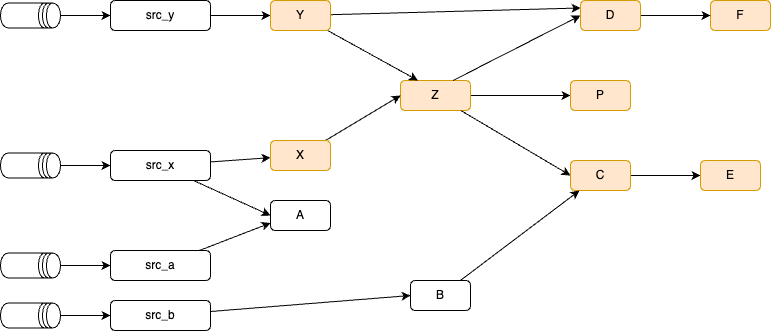
The draw.io diagram docs/images/flink_pipeline_for_test.drawio.png in jbcodeforce/shift_left_utils, before a commit. Source tidied: cells renumbered, new cells last; positions are measured from the earlier drawing's top-left corner, leaving out a move shared by most shapes.
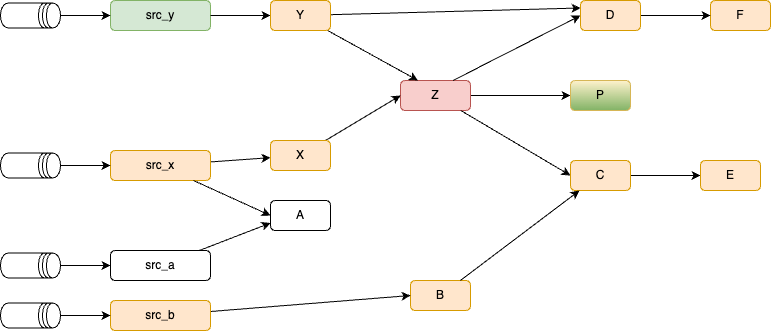
Above is the later version.

The edit, as a diff of the source:
```diff
@@ -8,16 +8,16 @@
     <mxCell id="3" style="edgeStyle=none;html=1;" parent="1" edge="1" source="4" target="25">
       <mxGeometry relative="1" as="geometry" />
     </mxCell>
-    <mxCell id="4" value="src_x" style="rounded=1;whiteSpace=wrap;html=1;" parent="1" vertex="1">
+    <mxCell id="4" value="src_x" style="rounded=1;whiteSpace=wrap;html=1;fillColor=#ffe6cc;strokeColor=#d79b00;" parent="1" vertex="1">
       <mxGeometry x="110" y="150" width="100" height="30" as="geometry" />
     </mxCell>
-    <mxCell id="5" value="src_y" style="rounded=1;whiteSpace=wrap;html=1;" parent="1" vertex="1">
+    <mxCell id="5" value="src_y" style="rounded=1;whiteSpace=wrap;html=1;fillColor=#d5e8d4;strokeColor=#82b366;" parent="1" vertex="1">
       <mxGeometry x="110" width="100" height="30" as="geometry" />
     </mxCell>
     <mxCell id="6" style="edgeStyle=none;html=1;" parent="1" edge="1" source="7" target="22">
       <mxGeometry relative="1" as="geometry" />
     </mxCell>
-    <mxCell id="7" value="Z" style="rounded=1;whiteSpace=wrap;html=1;fillColor=#ffe6cc;strokeColor=#d79b00;" parent="1" vertex="1">
+    <mxCell id="7" value="Z" style="rounded=1;whiteSpace=wrap;html=1;fillColor=#f8cecc;strokeColor=#b85450;" parent="1" vertex="1">
       <mxGeometry x="400" y="80" width="70" height="30" as="geometry" />
     </mxCell>
     <mxCell id="8" style="edgeStyle=none;html=1;entryX=0;entryY=0.5;entryDx=0;entryDy=0;exitX=1;exitY=0.5;exitDx=0;exitDy=0;" parent="1" edge="1" source="19" target="9">
@@ -62,7 +62,7 @@
     <mxCell id="21" value="D" style="rounded=1;whiteSpace=wrap;html=1;fillColor=#ffe6cc;strokeColor=#d79b00;" parent="1" vertex="1">
       <mxGeometry x="580" width="60" height="30" as="geometry" />
     </mxCell>
-    <mxCell id="22" value="P" style="rounded=1;whiteSpace=wrap;html=1;fillColor=#ffe6cc;strokeColor=#d79b00;" parent="1" vertex="1">
+    <mxCell id="22" value="P" style="rounded=1;whiteSpace=wrap;html=1;fillColor=#fff2cc;strokeColor=#d6b656;gradientColor=#82B366;" parent="1" vertex="1">
       <mxGeometry x="570" y="80" width="60" height="30" as="geometry" />
     </mxCell>
     <mxCell id="23" value="A" style="rounded=1;whiteSpace=wrap;html=1;" parent="1" vertex="1">
@@ -92,7 +92,7 @@
     <mxCell id="31" style="shape=datastore;whiteSpace=wrap;html=1;direction=south;" parent="1" vertex="1">
       <mxGeometry y="252.5" width="60" height="25" as="geometry" />
     </mxCell>
-    <mxCell id="32" value="B" style="rounded=1;whiteSpace=wrap;html=1;" parent="1" vertex="1">
+    <mxCell id="32" value="B" style="rounded=1;whiteSpace=wrap;html=1;fillColor=#ffe6cc;strokeColor=#d79b00;" parent="1" vertex="1">
       <mxGeometry x="410" y="280" width="60" height="30" as="geometry" />
     </mxCell>
     <mxCell id="33" style="edgeStyle=none;html=1;entryX=0.15;entryY=1;entryDx=0;entryDy=0;entryPerimeter=0;" parent="1" edge="1" source="32" target="19">
@@ -101,7 +101,7 @@
     <mxCell id="34" style="edgeStyle=none;html=1;entryX=0;entryY=0.5;entryDx=0;entryDy=0;" parent="1" edge="1" source="35" target="32">
       <mxGeometry relative="1" as="geometry" />
     </mxCell>
-    <mxCell id="35" value="src_b" style="rounded=1;whiteSpace=wrap;html=1;" parent="1" vertex="1">
+    <mxCell id="35" value="src_b" style="rounded=1;whiteSpace=wrap;html=1;fillColor=#ffe6cc;strokeColor=#d79b00;" parent="1" vertex="1">
       <mxGeometry x="110" y="300" width="100" height="30" as="geometry" />
     </mxCell>
     <mxCell id="36" style="edgeStyle=none;html=1;" parent="1" edge="1" source="37" target="35">
```
